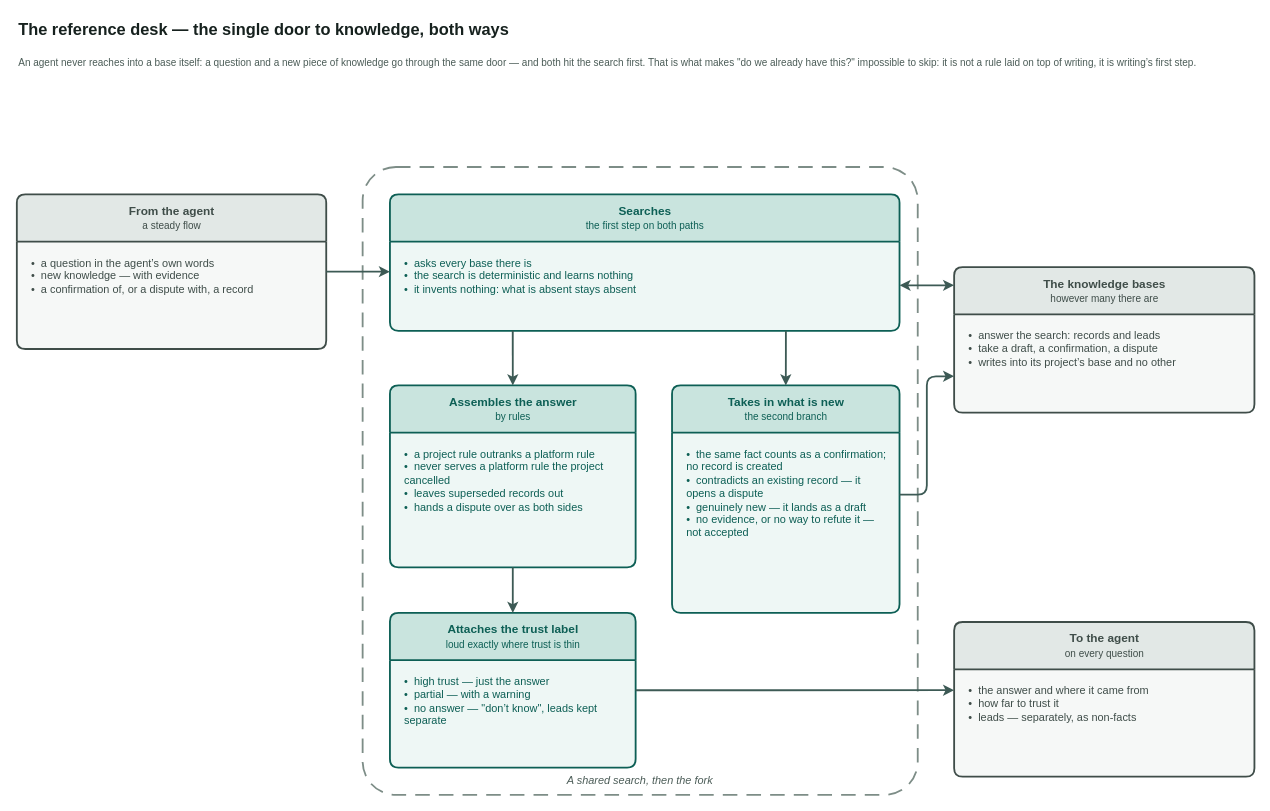
Before: page "The reference desk" (4 of 6) of docs/adr/adr-knowledge-base-v3-overview.drawio in VirtoCommerce/ai-tools, a draw.io diagram. Source tidied: cells renumbered, new cells numbered last; positions are measured from the earlier drawing's top-left corner, leaving out a move shared by most shapes. Both pictures are drawn from the tidied source at 91%, with x=0, y=0 at pixel (16, 15).
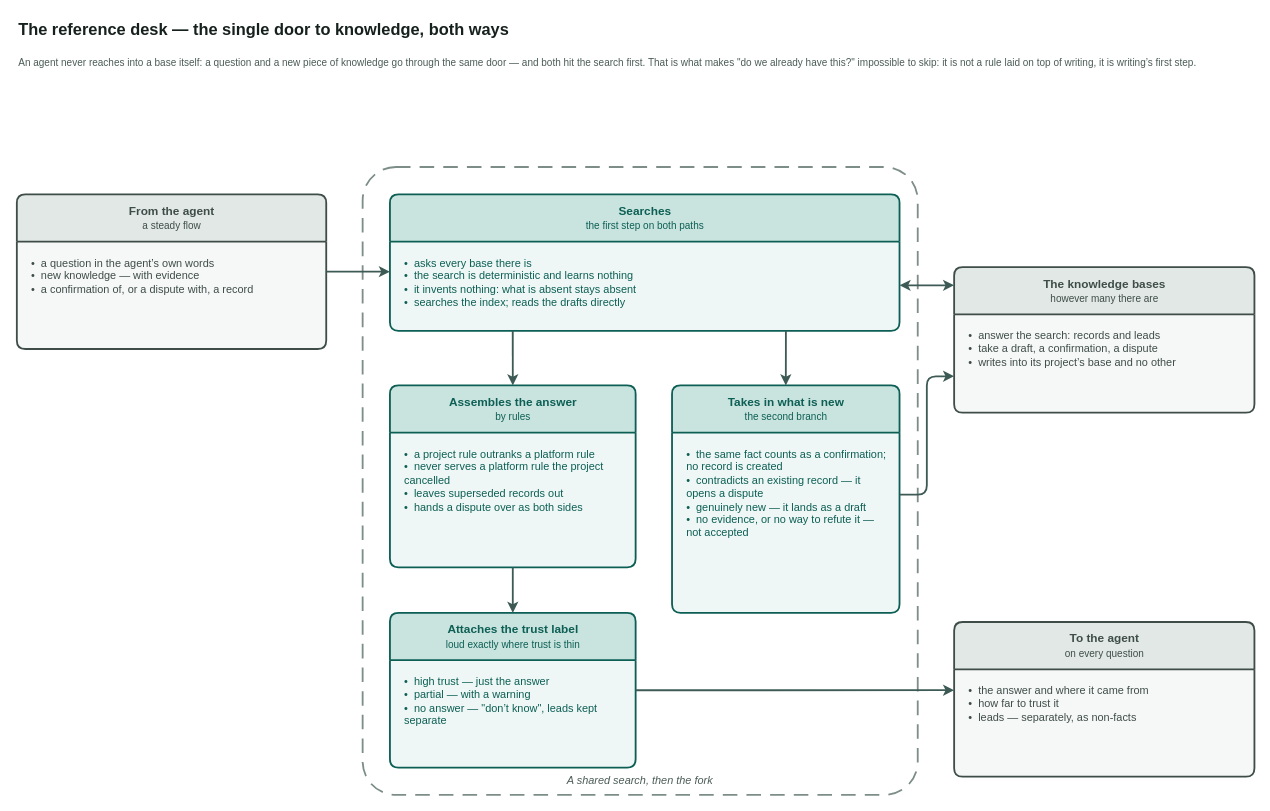
After the change.

Commit message (it also covers changes not shown here):
docs(adr): kb v3 — the index appears where it is built and where it is used (VCST-5776)

Unchanged cells that the change refers to:
```xml
<mxCell id="7" value="Searches&lt;br&gt;&lt;span style=&quot;font-size:11px;font-weight:normal&quot;&gt;the first step on both paths&lt;/span&gt;" style="swimlane;html=1;rounded=1;arcSize=6;startSize=52;horizontal=1;fillColor=#c9e4de;swimlaneFillColor=#eef7f5;strokeColor=#0d5f55;fontColor=#0d5f55;fontSize=13;fontStyle=1;align=center;verticalAlign=middle;strokeWidth=2;fontFamily=Helvetica;" parent="1" vertex="1">
  <mxGeometry x="410" y="196" width="560" height="150" as="geometry" />
</mxCell>
```

The edit, as a diff of the source:
```diff
@@
-    <mxCell id="8" value="•&amp;nbsp; asks every base there is&lt;br&gt;•&amp;nbsp; the search is deterministic and learns nothing&lt;br&gt;•&amp;nbsp; it invents nothing: what is absent stays absent" style="text;html=1;align=left;verticalAlign=top;whiteSpace=wrap;spacingLeft=14;spacingTop=10;spacingRight=10;fontSize=12;fontColor=#0d5f55;fontFamily=Helvetica;" parent="7" vertex="1">
+    <mxCell id="8" value="•&amp;nbsp; asks every base there is&lt;br&gt;•&amp;nbsp; the search is deterministic and learns nothing&lt;br&gt;•&amp;nbsp; it invents nothing: what is absent stays absent&lt;br&gt;•&amp;nbsp; searches the index; reads the drafts directly" style="text;html=1;align=left;verticalAlign=top;whiteSpace=wrap;spacingLeft=14;spacingTop=10;spacingRight=10;fontSize=12;fontColor=#0d5f55;fontFamily=Helvetica;" parent="7" vertex="1">
       <mxGeometry y="52" width="560" height="98" as="geometry" />
     </mxCell>
```
